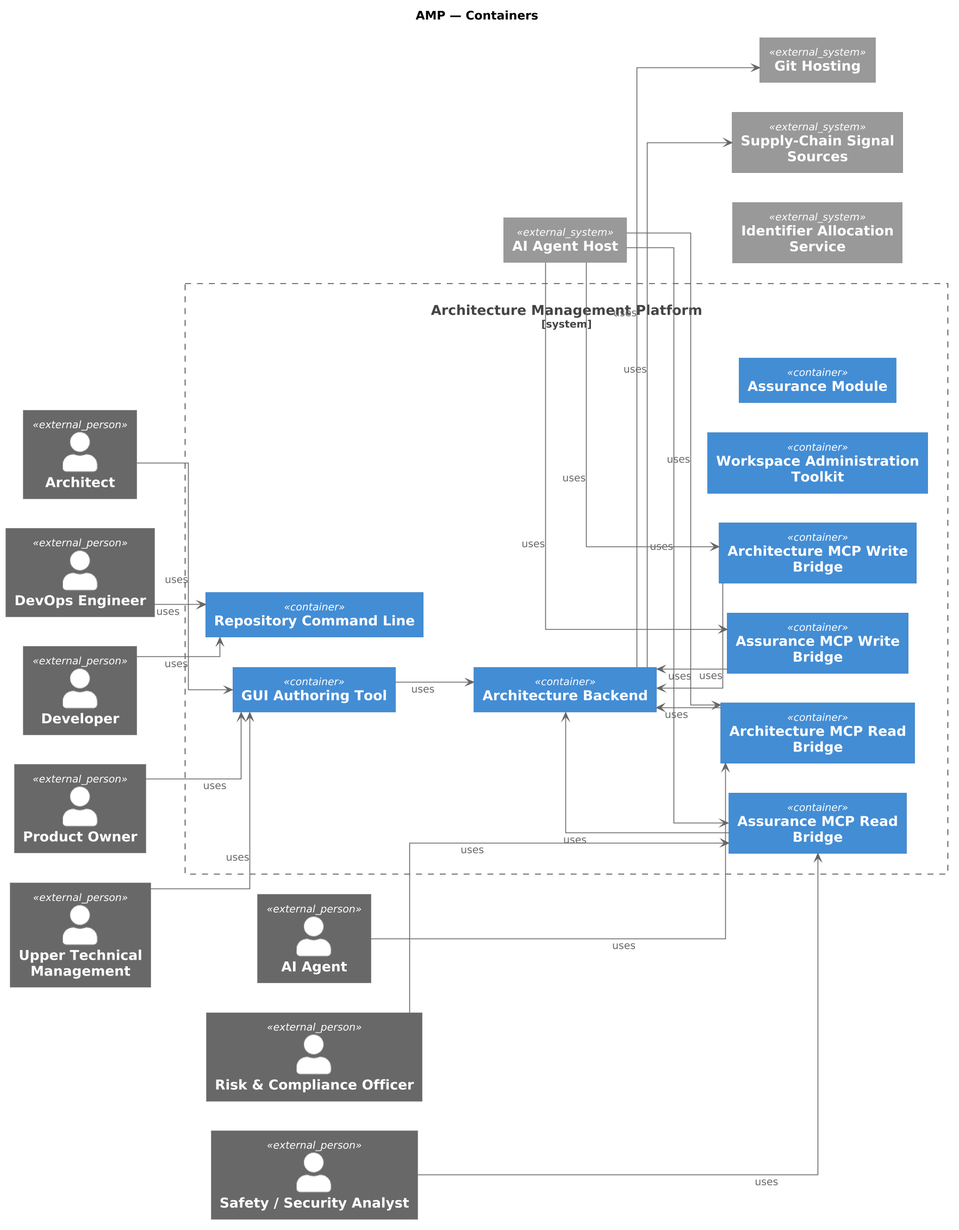
Earlier version of the PlantUML export engagements/ENG-ARCH-REPO/architecture-repository/diagram-catalog/rendered/platform-core/CC@1780829785.Z_fI-N.amp-containers.png (mbauer83/architectonic).
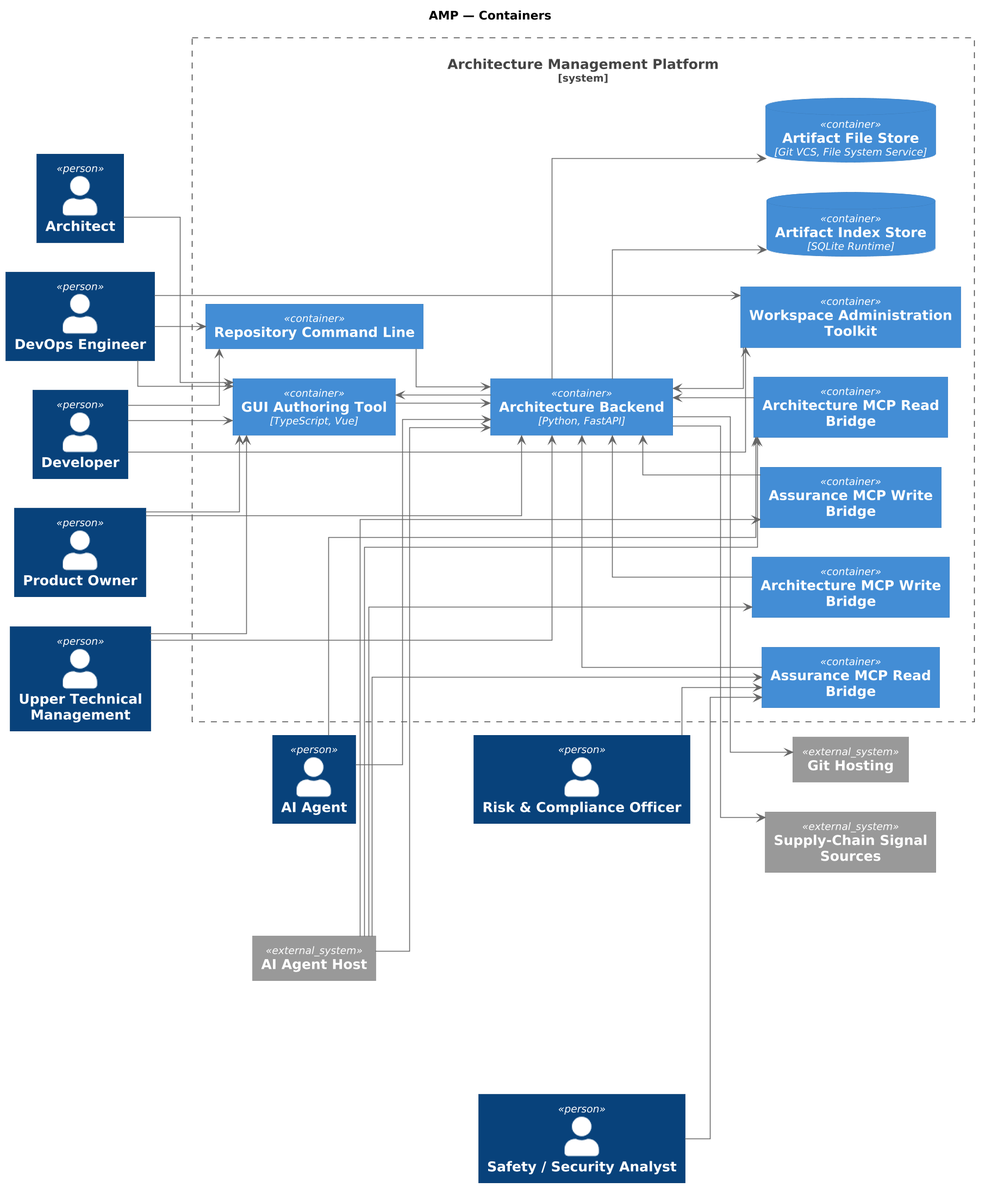
The same file after the commit.

Change to the diagram source:
```diff
@@ -12,14 +12,15 @@
 
 System_Boundary(APP_hkrdtm, "Architecture Management Platform") {
   Container(APP_kjC6ex, "Repository Command Line", "")
-  Container(APP_lmO0mp, "GUI Authoring Tool", "")
-  Container(APP_OYEmP1, "Architecture Backend", "")
+  Container(APP_lmO0mp, "GUI Authoring Tool", "TypeScript, Vue")
+  Container(APP_OYEmP1, "Architecture Backend", "Python, FastAPI")
   Container(APP_Ne0utf, "Architecture MCP Read Bridge", "")
   Container(APP_etTj9M, "Architecture MCP Write Bridge", "")
   Container(APP_iu_kKL, "Assurance MCP Read Bridge", "")
   Container(APP_js9xHR, "Assurance MCP Write Bridge", "")
   Container(APP_Ir9SkCr, "Workspace Administration Toolkit", "")
-  Container(GRP_rW_2nX, "Assurance Module", "")
+  ContainerDb(APP_R_K3YAQ, "Artifact Index Store", "SQLite Runtime")
+  ContainerDb(APP_fvvCoDp, "Artifact File Store", "Git VCS, File System Service")
   APP_kjC6ex -[hidden]right- APP_lmO0mp
   APP_lmO0mp -[hidden]right- APP_OYEmP1
   APP_OYEmP1 -[hidden]right- APP_Ne0utf
@@ -27,22 +28,55 @@
   APP_etTj9M -[hidden]right- APP_iu_kKL
   APP_iu_kKL -[hidden]right- APP_js9xHR
   APP_js9xHR -[hidden]right- APP_Ir9SkCr
-  APP_Ir9SkCr -[hidden]right- GRP_rW_2nX
+  APP_Ir9SkCr -[hidden]right- APP_R_K3YAQ
+  APP_R_K3YAQ -[hidden]right- APP_fvvCoDp
 
 }
 
-Person_Ext(ACT_Nn7Oo7, "Architect")
-Person_Ext(ACT_OLWiNc, "DevOps Engineer")
-Person_Ext(ACT_Pp8Qq8, "Developer")
-Person_Ext(ACT_Rr9Ss9, "Product Owner")
-Person_Ext(ACT_Ut1Vv1, "Upper Technical Management")
+Person(ACT_Nn7Oo7, "Architect")
+Person(ACT_OLWiNc, "DevOps Engineer")
+Person(ACT_Pp8Qq8, "Developer")
+Person(ACT_Rr9Ss9, "Product Owner")
+Person(ACT_Ut1Vv1, "Upper Technical Management")
 System_Ext(APP_v6AXNw, "AI Agent Host")
 System_Ext(APP_Je9pmw, "Git Hosting")
 System_Ext(APP_JqIBPJ, "Supply-Chain Signal Sources")
-System_Ext(APP_AeU7V3, "Identifier Allocation Service")
-Person_Ext(ROL_udXPfB, "AI Agent")
-Person_Ext(ROL_abNYhO, "Risk & Compliance Officer")
-Person_Ext(ROL_yswDMB, "Safety / Security Analyst")
+Person(ROL_udXPfB, "AI Agent")
+Person(ROL_abNYhO, "Risk & Compliance Officer")
+Person(ROL_yswDMB, "Safety / Security Analyst")
+
+ACT_Nn7Oo7 --> APP_lmO0mp
+ACT_OLWiNc --> APP_kjC6ex
+ACT_Pp8Qq8 --> APP_kjC6ex
+ACT_Rr9Ss9 --> APP_lmO0mp
+ACT_Ut1Vv1 --> APP_lmO0mp
+ACT_Rr9Ss9 --> APP_OYEmP1
+ACT_Ut1Vv1 --> APP_OYEmP1
+ROL_udXPfB --> APP_OYEmP1
+ACT_OLWiNc --> APP_lmO0mp
+ACT_Pp8Qq8 --> APP_lmO0mp
+ACT_OLWiNc --> APP_Ir9SkCr
+ACT_Pp8Qq8 --> APP_Ir9SkCr
+APP_Ir9SkCr --> APP_OYEmP1
+APP_lmO0mp --> APP_OYEmP1
+APP_kjC6ex --> APP_OYEmP1
+APP_Ne0utf --> APP_OYEmP1
+APP_etTj9M --> APP_OYEmP1
+APP_iu_kKL --> APP_OYEmP1
+APP_js9xHR --> APP_OYEmP1
+APP_v6AXNw --> APP_OYEmP1
+APP_v6AXNw --> APP_Ne0utf
+APP_v6AXNw --> APP_etTj9M
+APP_v6AXNw --> APP_iu_kKL
+APP_v6AXNw --> APP_js9xHR
+APP_OYEmP1 --> APP_Je9pmw
+APP_OYEmP1 --> APP_JqIBPJ
+APP_OYEmP1 --> APP_R_K3YAQ
+APP_OYEmP1 --> APP_fvvCoDp
+APP_OYEmP1 --> APP_lmO0mp
+ROL_udXPfB --> APP_Ne0utf
+ROL_abNYhO --> APP_iu_kKL
+ROL_yswDMB --> APP_iu_kKL
 
 ACT_Nn7Oo7 -[hidden]right- ACT_OLWiNc
 ACT_OLWiNc -[hidden]right- ACT_Pp8Qq8
@@ -51,30 +85,8 @@
 ACT_Ut1Vv1 -[hidden]right- ROL_udXPfB
 ROL_udXPfB -[hidden]right- ROL_abNYhO
 ROL_abNYhO -[hidden]right- ROL_yswDMB
-ROL_yswDMB -[hidden]right- APP_hkrdtm
-APP_hkrdtm -[hidden]right- APP_v6AXNw
+
 APP_v6AXNw -[hidden]right- APP_Je9pmw
 APP_Je9pmw -[hidden]right- APP_JqIBPJ
-APP_JqIBPJ -[hidden]right- APP_AeU7V3
 
-
-ACT_Nn7Oo7 --> APP_lmO0mp : uses
-ACT_OLWiNc --> APP_kjC6ex : uses
-ACT_Pp8Qq8 --> APP_kjC6ex : uses
-ACT_Rr9Ss9 --> APP_lmO0mp : uses
-ACT_Ut1Vv1 --> APP_lmO0mp : uses
-APP_lmO0mp --> APP_OYEmP1 : uses
-APP_Ne0utf --> APP_OYEmP1 : uses
-APP_etTj9M --> APP_OYEmP1 : uses
-APP_iu_kKL --> APP_OYEmP1 : uses
-APP_js9xHR --> APP_OYEmP1 : uses
-APP_v6AXNw --> APP_Ne0utf : uses
-APP_v6AXNw --> APP_etTj9M : uses
-APP_v6AXNw --> APP_iu_kKL : uses
-APP_v6AXNw --> APP_js9xHR : uses
-APP_OYEmP1 --> APP_Je9pmw : uses
-APP_OYEmP1 --> APP_JqIBPJ : uses
-ROL_udXPfB --> APP_Ne0utf : uses
-ROL_abNYhO --> APP_iu_kKL : uses
-ROL_yswDMB --> APP_iu_kKL : uses
 @enduml
```
